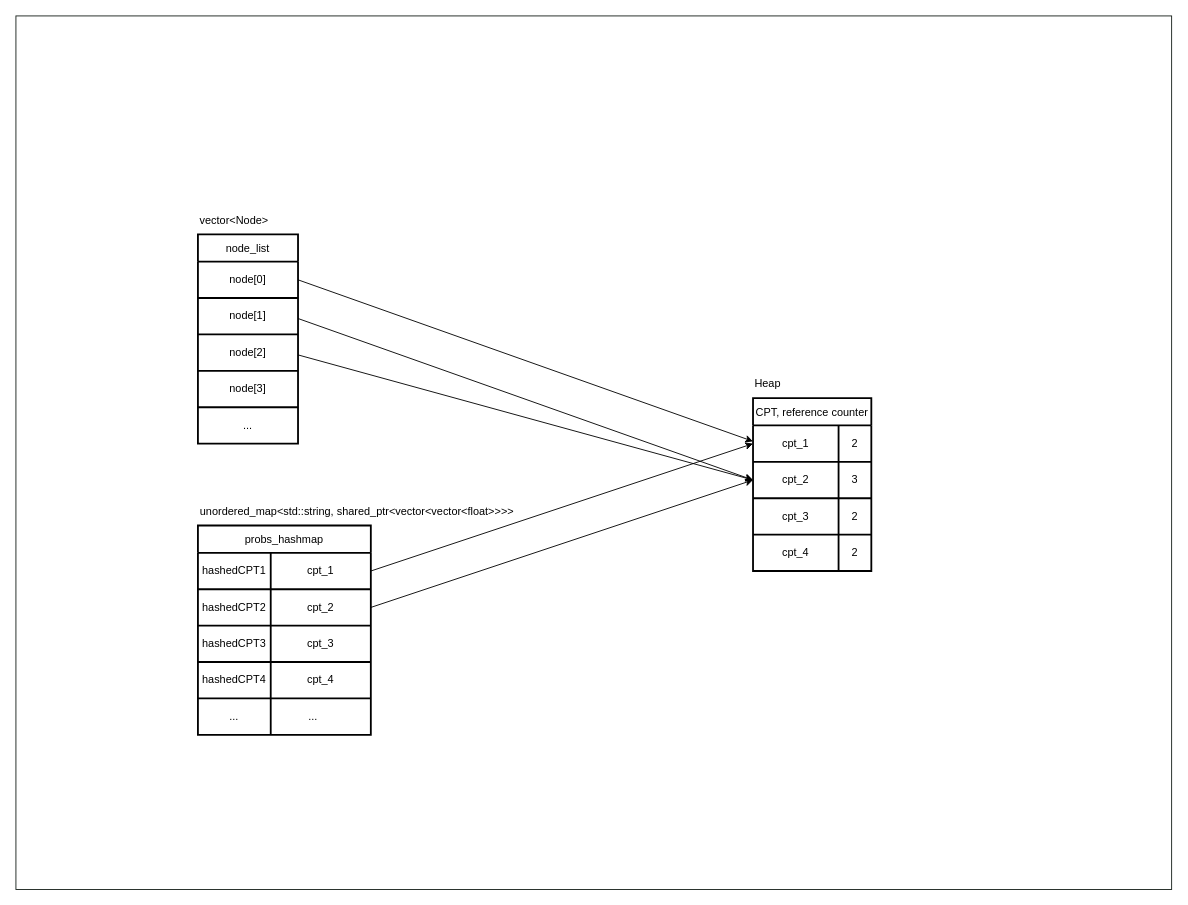
The draw.io diagram CoW_diagram.drawio in Lucaman97/BayesianNetworks, before the edit. Source tidied: cells renumbered, new cells numbered last; positions are measured from the earlier drawing's top-left corner, leaving out a move shared by most shapes. Both pictures are drawn from the tidied source at 91%, with x=0, y=0 at pixel (15, 15).
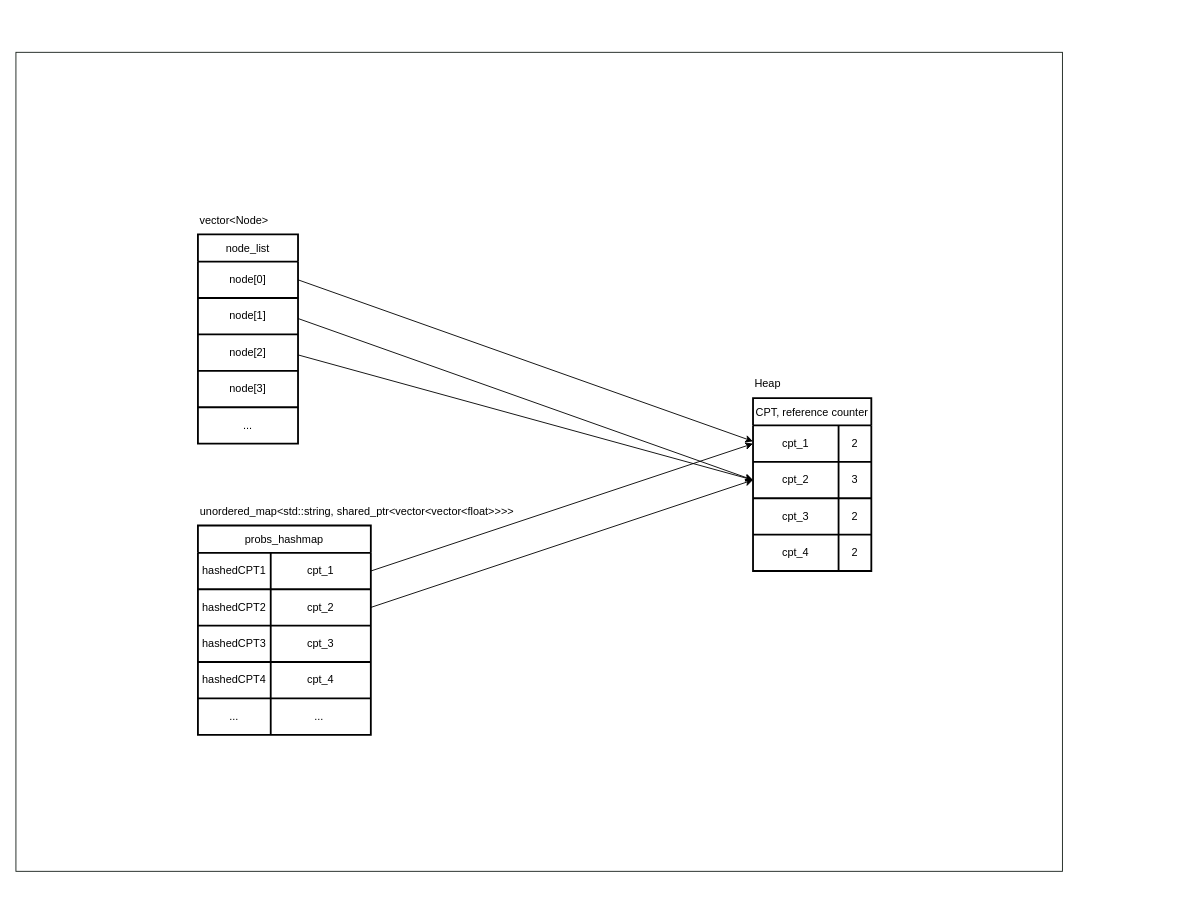
Above is the later version.

Unchanged cells that the change refers to:
```xml
<mxCell id="41" style="shape=tableRow;horizontal=0;startSize=0;swimlaneHead=0;swimlaneBody=0;top=0;left=0;bottom=0;right=0;fillColor=none;strokeWidth=2;" parent="28" vertex="1">
  <mxGeometry y="190" width="190" height="40" as="geometry" />
</mxCell>
```

What changed in the source:
```diff
@@
     <mxCell id="2" style="verticalLabelPosition=bottom;verticalAlign=top;html=1;shadow=0;dashed=0;strokeWidth=1;shape=mxgraph.ios.iBgFlat;strokeColor=#18211b;" parent="1" vertex="1">
-      <mxGeometry width="1270" height="960" as="geometry" />
+      <mxGeometry y="40" width="1150" height="900" as="geometry" />
     </mxCell>
@@
-    <mxCell id="43" value="...&lt;span style=&quot;white-space: pre&quot;&gt;&#9;&lt;/span&gt;" style="shape=partialRectangle;html=1;whiteSpace=wrap;overflow=hidden;fillColor=none;top=0;left=0;bottom=0;right=0;strokeWidth=2;" parent="41" vertex="1">
+    <mxCell id="43" value="...&lt;span style=&quot;white-space: pre&quot;&gt; &lt;/span&gt;" style="shape=partialRectangle;html=1;whiteSpace=wrap;overflow=hidden;fillColor=none;top=0;left=0;bottom=0;right=0;strokeWidth=2;" parent="41" vertex="1">
       <mxGeometry x="80" width="110" height="40" as="geometry" />
     </mxCell>
```
